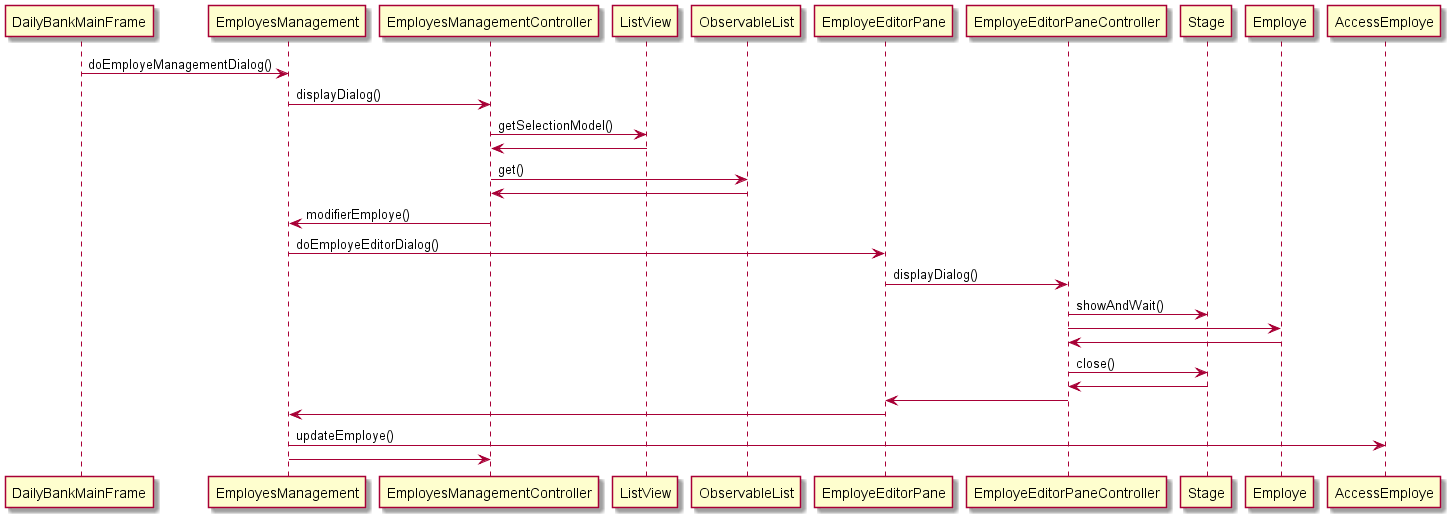
The PlantUML diagram assets/doc_Tec_V1/Modifier un employé.png in IUT-Blagnac/sae2022-bank-1b1, before a commit.
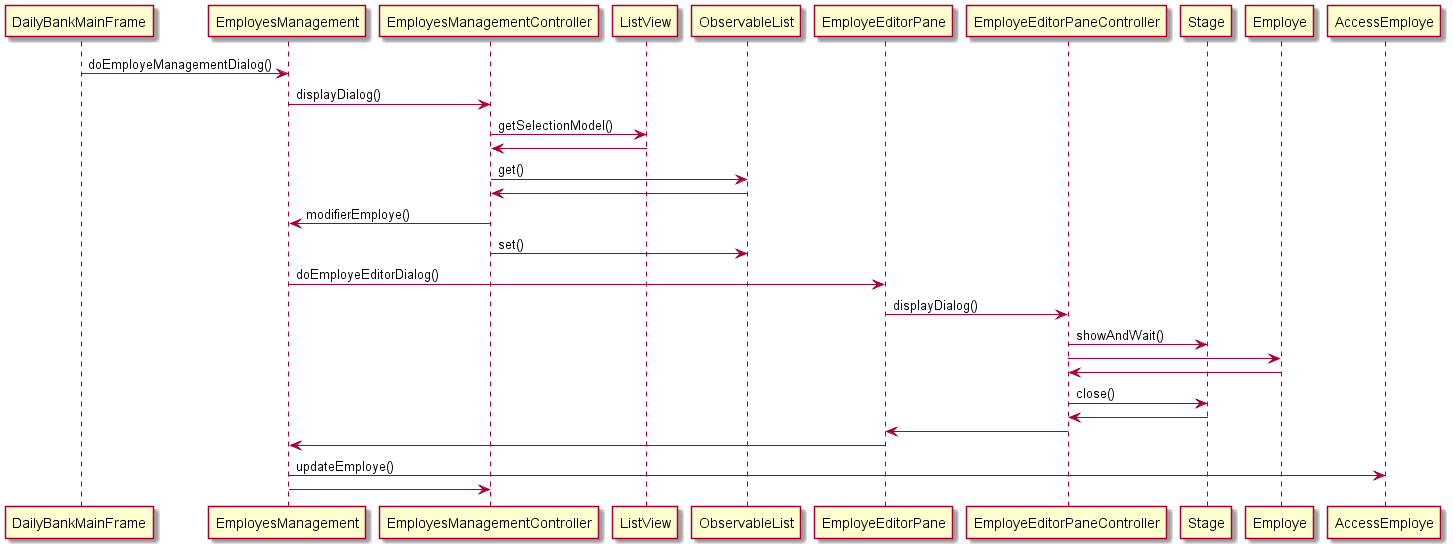
The same diagram one commit later.

Commit message:
ajout diagramme edit employe

The edit, as a diff of the source:
```diff
@@ -7,6 +7,7 @@
 EmployesManagementController -> ObservableList : get()
 EmployesManagementController <- ObservableList
 EmployesManagement <- EmployesManagementController : modifierEmploye()
+EmployesManagementController -> ObservableList : set()
 EmployesManagement -> EmployeEditorPane : doEmployeEditorDialog()
 EmployeEditorPane -> EmployeEditorPaneController : displayDialog()
 EmployeEditorPaneController -> Stage : showAndWait()
```
